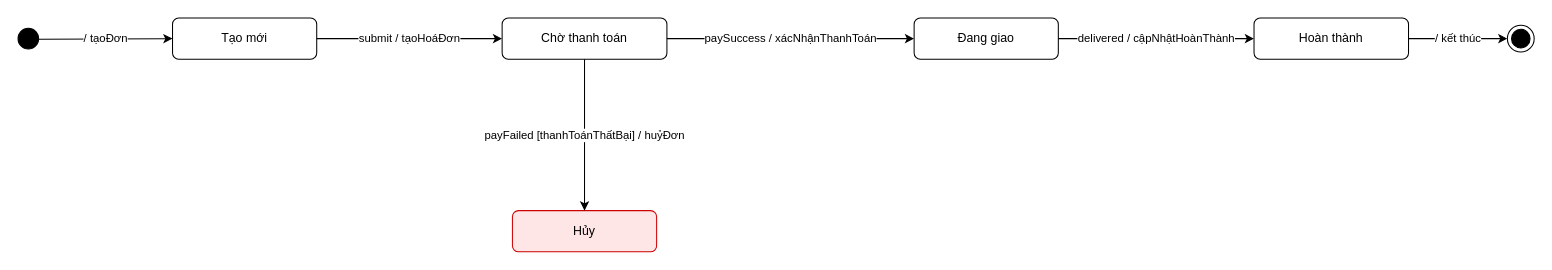
Above: Session05/Bai7.drawio in letoan0902/PTIT_CNTT1_IT104_LePhuToan_PhanTichVaThietKeHeThong (draw.io), before the change. Source tidied: cells renumbered, new cells numbered last; positions are measured from the earlier drawing's top-left corner, leaving out a move shared by most shapes. Both pictures are drawn from the tidied source at 103%, with x=0, y=0 at pixel (18, 18).
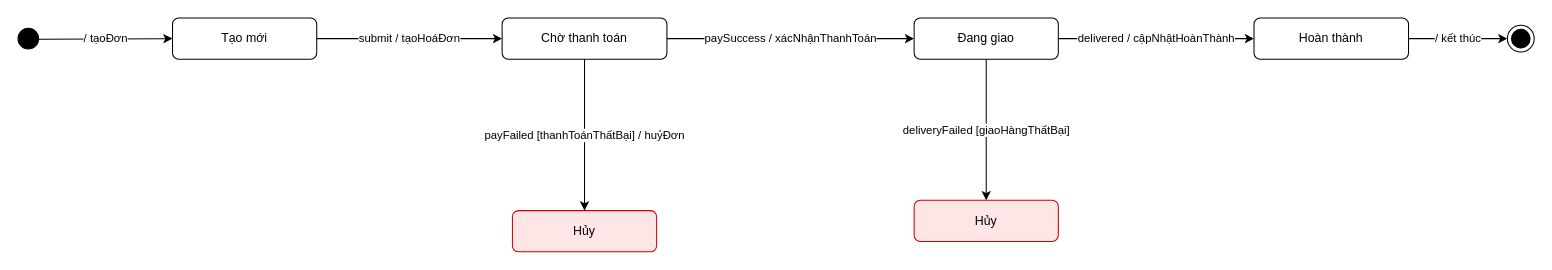
After the change.

Diff of the diagram source:
```diff
@@
 <mxGraphModel>
   <root>
     <mxCell id="0" />
     <mxCell id="1" parent="0" />
     <mxCell id="2" style="ellipse;fillColor=strokeColor;html=1;" parent="1" vertex="1">
       <mxGeometry y="10" width="20" height="20" as="geometry" />
     </mxCell>
     <mxCell id="3" value="Tạo mới" style="rounded=1;whiteSpace=wrap;html=1;" parent="1" vertex="1">
       <mxGeometry x="150" width="140" height="40" as="geometry" />
     </mxCell>
     <mxCell id="4" value="Chờ thanh toán" style="rounded=1;whiteSpace=wrap;html=1;" parent="1" vertex="1">
       <mxGeometry x="470" width="160" height="40" as="geometry" />
     </mxCell>
     <mxCell id="5" value="Đang giao" style="rounded=1;whiteSpace=wrap;html=1;" parent="1" vertex="1">
       <mxGeometry x="870" width="140" height="40" as="geometry" />
     </mxCell>
     <mxCell id="6" value="Hoàn thành" style="rounded=1;whiteSpace=wrap;html=1;" parent="1" vertex="1">
       <mxGeometry x="1200" width="150" height="40" as="geometry" />
     </mxCell>
     <mxCell id="7" value="Hủy" style="rounded=1;whiteSpace=wrap;html=1;fillColor=#ffe6e6;strokeColor=#cc0000;" parent="1" vertex="1">
       <mxGeometry x="480" y="187" width="140" height="40" as="geometry" />
     </mxCell>
     <mxCell id="8" style="ellipse;html=1;shape=endState;fillColor=strokeColor;" parent="1" vertex="1">
       <mxGeometry x="1446" y="7" width="26" height="26" as="geometry" />
     </mxCell>
     <mxCell id="9" value="/ tạoĐơn" style="endArrow=classic;html=1;" parent="1" edge="1" source="2" target="3">
       <mxGeometry relative="1" as="geometry" />
     </mxCell>
     <mxCell id="10" value="submit / tạoHoáĐơn" style="endArrow=classic;html=1;" parent="1" edge="1" source="3" target="4">
       <mxGeometry relative="1" as="geometry" />
     </mxCell>
     <mxCell id="11" value="paySuccess / xácNhậnThanhToán" style="endArrow=classic;html=1;" parent="1" edge="1" source="4" target="5">
       <mxGeometry relative="1" as="geometry" />
     </mxCell>
     <mxCell id="12" value="payFailed [thanhToánThấtBại] / huỷĐơn" style="endArrow=classic;html=1;" parent="1" edge="1" source="4" target="7">
       <mxGeometry relative="1" as="geometry" />
     </mxCell>
     <mxCell id="13" value="delivered / cậpNhậtHoànThành" style="endArrow=classic;html=1;" parent="1" edge="1" source="5" target="6">
       <mxGeometry relative="1" as="geometry" />
     </mxCell>
     <mxCell id="14" value="/ kết thúc" style="endArrow=classic;html=1;" parent="1" edge="1" source="6" target="8">
       <mxGeometry relative="1" as="geometry" />
     </mxCell>
+    <mxCell id="15" value="deliveryFailed [giaoHàngThấtBại]" style="endArrow=classic;html=1;" parent="1" edge="1" source="5" target="16">
+      <mxGeometry relative="1" as="geometry" />
+    </mxCell>
+    <mxCell id="16" value="Hủy" style="rounded=1;whiteSpace=wrap;html=1;fillColor=#ffe6e6;strokeColor=#cc0000;" parent="1" vertex="1">
+      <mxGeometry x="870" y="177" width="140" height="40" as="geometry" />
+    </mxCell>
   </root>
 </mxGraphModel>
```
